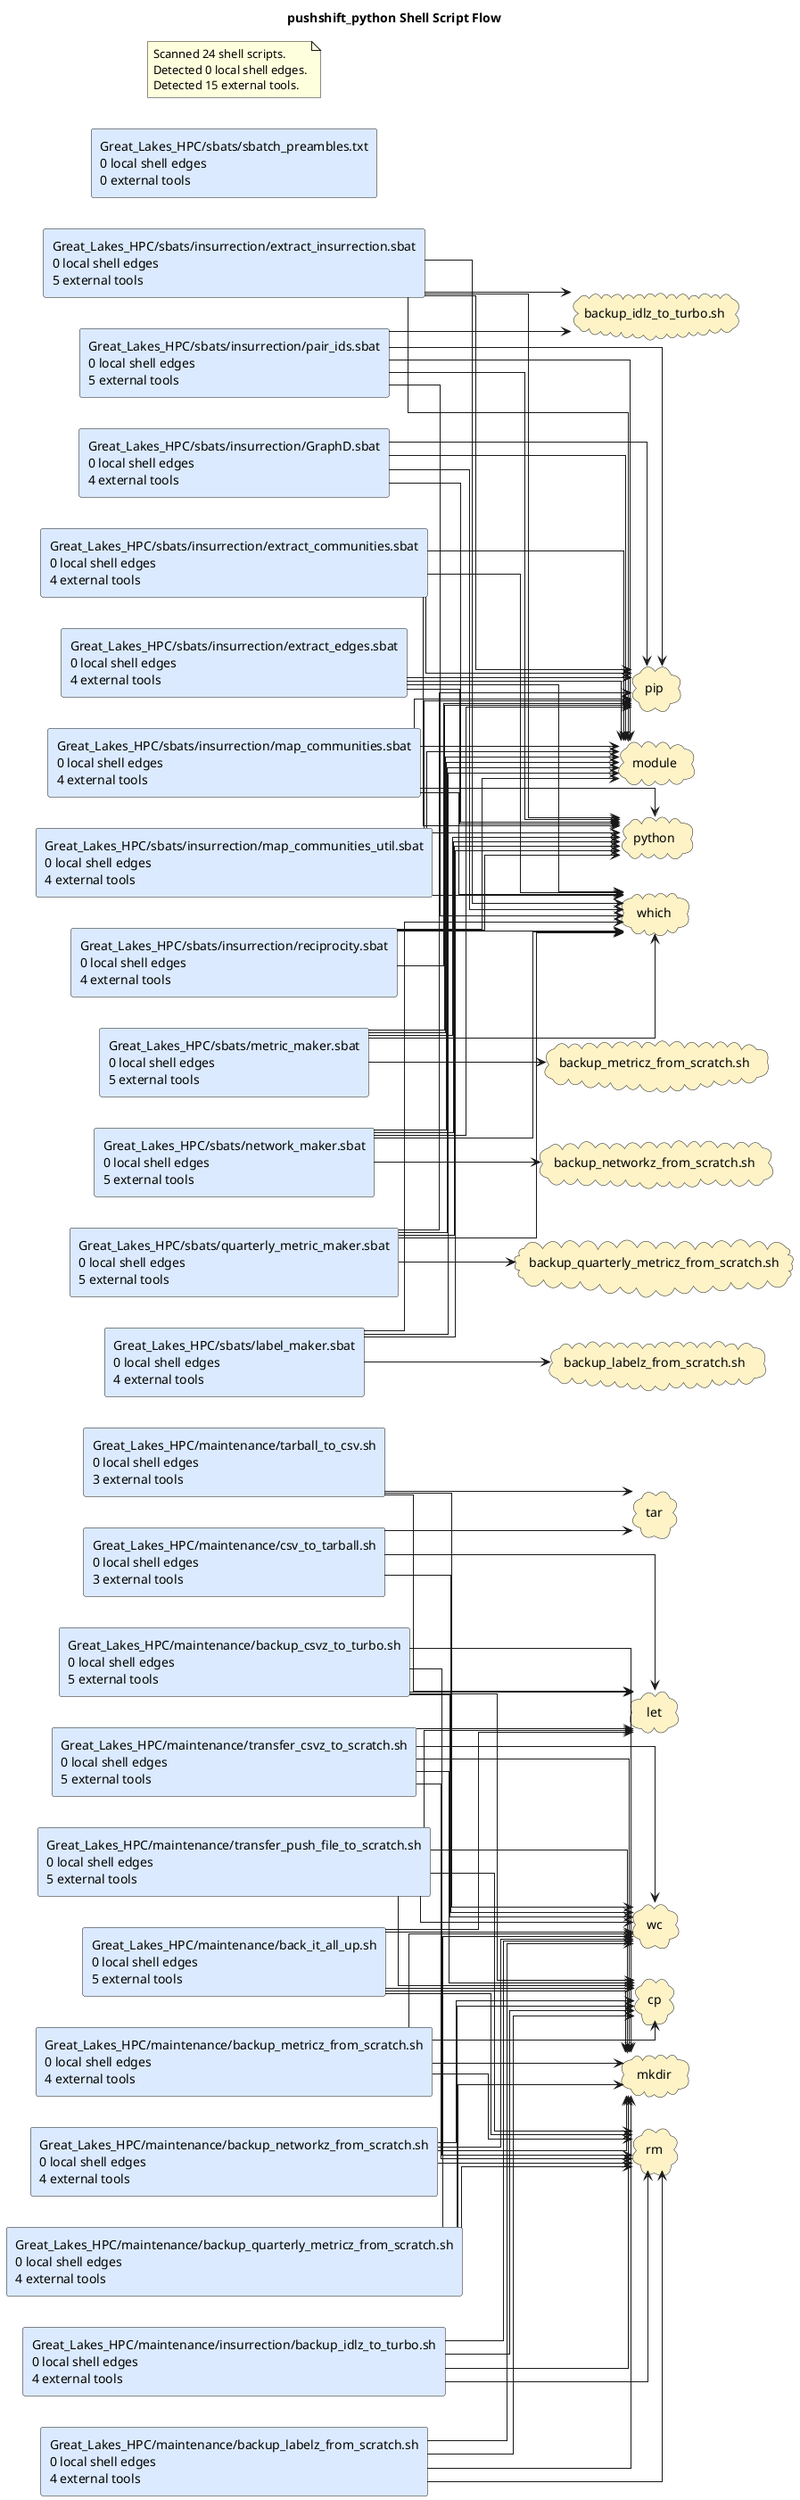
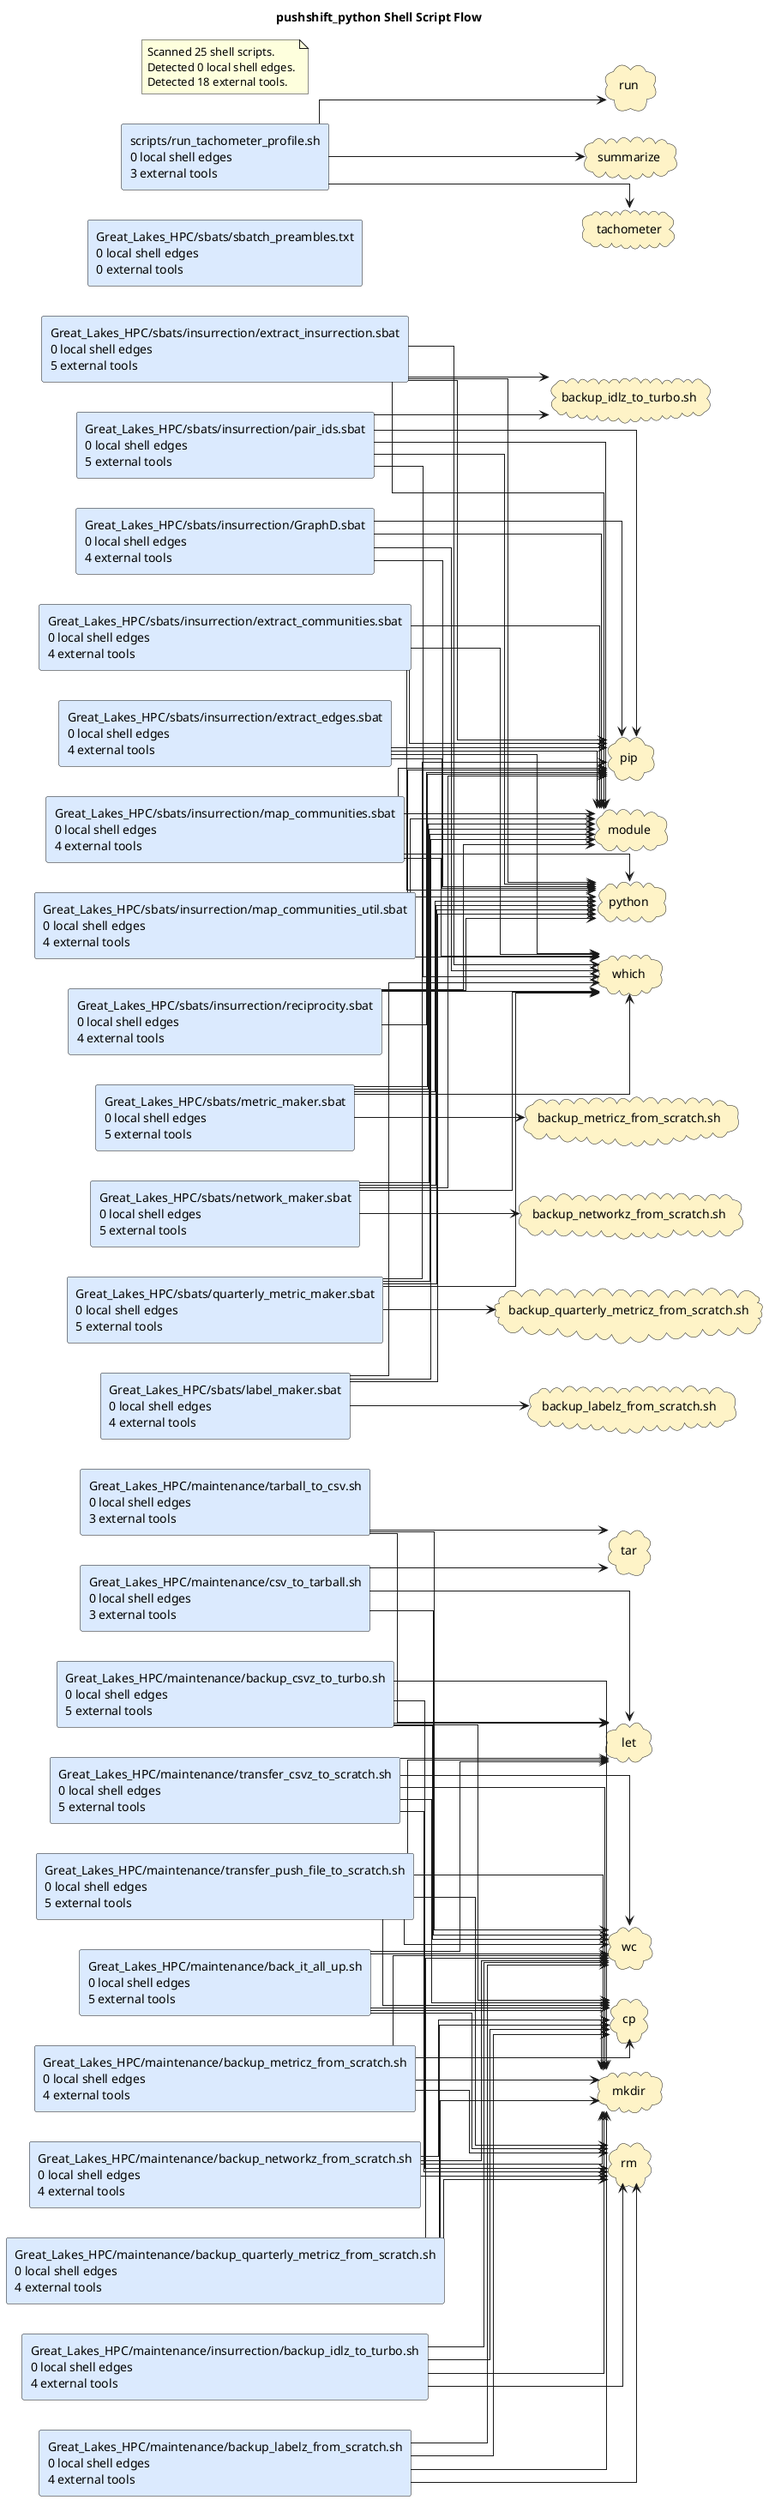
@startuml
title pushshift_python Shell Script Flow
left to right direction
skinparam shadowing false
skinparam defaultFontName Monospace
skinparam componentStyle rectangle
skinparam linetype ortho
rectangle "Great_Lakes_HPC/maintenance/back_it_all_up.sh\n0 local shell edges\n5 external tools" as shell_great_lakes_hpc_maintenance_back_it_all_up_sh #DBEAFE
rectangle "Great_Lakes_HPC/maintenance/backup_csvz_to_turbo.sh\n0 local shell edges\n5 external tools" as shell_great_lakes_hpc_maintenance_backup_csvz_to_turbo_sh #DBEAFE
rectangle "Great_Lakes_HPC/maintenance/backup_labelz_from_scratch.sh\n0 local shell edges\n4 external tools" as shell_great_lakes_hpc_maintenance_backup_labelz_from_scratch_sh #DBEAFE
rectangle "Great_Lakes_HPC/maintenance/backup_metricz_from_scratch.sh\n0 local shell edges\n4 external tools" as shell_great_lakes_hpc_maintenance_backup_metricz_from_scratch_sh #DBEAFE
rectangle "Great_Lakes_HPC/maintenance/backup_networkz_from_scratch.sh\n0 local shell edges\n4 external tools" as shell_great_lakes_hpc_maintenance_backup_networkz_from_scratch_sh #DBEAFE
rectangle "Great_Lakes_HPC/maintenance/backup_quarterly_metricz_from_scratch.sh\n0 local shell edges\n4 external tools" as shell_great_lakes_hpc_maintenance_backup_quarterly_metricz_from_scratch_sh #DBEAFE
rectangle "Great_Lakes_HPC/maintenance/csv_to_tarball.sh\n0 local shell edges\n3 external tools" as shell_great_lakes_hpc_maintenance_csv_to_tarball_sh #DBEAFE
rectangle "Great_Lakes_HPC/maintenance/insurrection/backup_idlz_to_turbo.sh\n0 local shell edges\n4 external tools" as shell_great_lakes_hpc_maintenance_insurrection_backup_idlz_to_turbo_sh #DBEAFE
rectangle "Great_Lakes_HPC/maintenance/tarball_to_csv.sh\n0 local shell edges\n3 external tools" as shell_great_lakes_hpc_maintenance_tarball_to_csv_sh #DBEAFE
rectangle "Great_Lakes_HPC/maintenance/transfer_csvz_to_scratch.sh\n0 local shell edges\n5 external tools" as shell_great_lakes_hpc_maintenance_transfer_csvz_to_scratch_sh #DBEAFE
rectangle "Great_Lakes_HPC/maintenance/transfer_push_file_to_scratch.sh\n0 local shell edges\n5 external tools" as shell_great_lakes_hpc_maintenance_transfer_push_file_to_scratch_sh #DBEAFE
rectangle "Great_Lakes_HPC/sbats/insurrection/GraphD.sbat\n0 local shell edges\n4 external tools" as shell_great_lakes_hpc_sbats_insurrection_graphd_sbat #DBEAFE
rectangle "Great_Lakes_HPC/sbats/insurrection/extract_communities.sbat\n0 local shell edges\n4 external tools" as shell_great_lakes_hpc_sbats_insurrection_extract_communities_sbat #DBEAFE
rectangle "Great_Lakes_HPC/sbats/insurrection/extract_edges.sbat\n0 local shell edges\n4 external tools" as shell_great_lakes_hpc_sbats_insurrection_extract_edges_sbat #DBEAFE
rectangle "Great_Lakes_HPC/sbats/insurrection/extract_insurrection.sbat\n0 local shell edges\n5 external tools" as shell_great_lakes_hpc_sbats_insurrection_extract_insurrection_sbat #DBEAFE
rectangle "Great_Lakes_HPC/sbats/insurrection/map_communities.sbat\n0 local shell edges\n4 external tools" as shell_great_lakes_hpc_sbats_insurrection_map_communities_sbat #DBEAFE
rectangle "Great_Lakes_HPC/sbats/insurrection/map_communities_util.sbat\n0 local shell edges\n4 external tools" as shell_great_lakes_hpc_sbats_insurrection_map_communities_util_sbat #DBEAFE
rectangle "Great_Lakes_HPC/sbats/insurrection/pair_ids.sbat\n0 local shell edges\n5 external tools" as shell_great_lakes_hpc_sbats_insurrection_pair_ids_sbat #DBEAFE
rectangle "Great_Lakes_HPC/sbats/insurrection/reciprocity.sbat\n0 local shell edges\n4 external tools" as shell_great_lakes_hpc_sbats_insurrection_reciprocity_sbat #DBEAFE
rectangle "Great_Lakes_HPC/sbats/label_maker.sbat\n0 local shell edges\n4 external tools" as shell_great_lakes_hpc_sbats_label_maker_sbat #DBEAFE
rectangle "Great_Lakes_HPC/sbats/metric_maker.sbat\n0 local shell edges\n5 external tools" as shell_great_lakes_hpc_sbats_metric_maker_sbat #DBEAFE
rectangle "Great_Lakes_HPC/sbats/network_maker.sbat\n0 local shell edges\n5 external tools" as shell_great_lakes_hpc_sbats_network_maker_sbat #DBEAFE
rectangle "Great_Lakes_HPC/sbats/quarterly_metric_maker.sbat\n0 local shell edges\n5 external tools" as shell_great_lakes_hpc_sbats_quarterly_metric_maker_sbat #DBEAFE
rectangle "Great_Lakes_HPC/sbats/sbatch_preambles.txt\n0 local shell edges\n0 external tools" as shell_great_lakes_hpc_sbats_sbatch_preambles_txt #DBEAFE
+ rectangle "scripts/run_tachometer_profile.sh\n0 local shell edges\n3 external tools" as shell_scripts_run_tachometer_profile_sh #DBEAFE
cloud "backup_idlz_to_turbo.sh" as tool_backup_idlz_to_turbo_sh #FEF3C7
cloud "backup_labelz_from_scratch.sh" as tool_backup_labelz_from_scratch_sh #FEF3C7
cloud "backup_metricz_from_scratch.sh" as tool_backup_metricz_from_scratch_sh #FEF3C7
cloud "backup_networkz_from_scratch.sh" as tool_backup_networkz_from_scratch_sh #FEF3C7
cloud "backup_quarterly_metricz_from_scratch.sh" as tool_backup_quarterly_metricz_from_scratch_sh #FEF3C7
cloud "cp" as tool_cp #FEF3C7
cloud "let" as tool_let #FEF3C7
cloud "mkdir" as tool_mkdir #FEF3C7
cloud "module" as tool_module #FEF3C7
cloud "pip" as tool_pip #FEF3C7
cloud "python" as tool_python #FEF3C7
cloud "rm" as tool_rm #FEF3C7
+ cloud "run" as tool_run #FEF3C7
+ cloud "summarize" as tool_summarize #FEF3C7
+ cloud "tachometer" as tool_tachometer #FEF3C7
cloud "tar" as tool_tar #FEF3C7
cloud "wc" as tool_wc #FEF3C7
cloud "which" as tool_which #FEF3C7
shell_great_lakes_hpc_maintenance_back_it_all_up_sh --> tool_cp
shell_great_lakes_hpc_maintenance_back_it_all_up_sh --> tool_let
shell_great_lakes_hpc_maintenance_back_it_all_up_sh --> tool_mkdir
shell_great_lakes_hpc_maintenance_back_it_all_up_sh --> tool_rm
shell_great_lakes_hpc_maintenance_back_it_all_up_sh --> tool_wc
shell_great_lakes_hpc_maintenance_backup_csvz_to_turbo_sh --> tool_cp
shell_great_lakes_hpc_maintenance_backup_csvz_to_turbo_sh --> tool_let
shell_great_lakes_hpc_maintenance_backup_csvz_to_turbo_sh --> tool_mkdir
shell_great_lakes_hpc_maintenance_backup_csvz_to_turbo_sh --> tool_rm
shell_great_lakes_hpc_maintenance_backup_csvz_to_turbo_sh --> tool_wc
shell_great_lakes_hpc_maintenance_backup_labelz_from_scratch_sh --> tool_cp
shell_great_lakes_hpc_maintenance_backup_labelz_from_scratch_sh --> tool_mkdir
shell_great_lakes_hpc_maintenance_backup_labelz_from_scratch_sh --> tool_rm
shell_great_lakes_hpc_maintenance_backup_labelz_from_scratch_sh --> tool_wc
shell_great_lakes_hpc_maintenance_backup_metricz_from_scratch_sh --> tool_cp
shell_great_lakes_hpc_maintenance_backup_metricz_from_scratch_sh --> tool_mkdir
shell_great_lakes_hpc_maintenance_backup_metricz_from_scratch_sh --> tool_rm
shell_great_lakes_hpc_maintenance_backup_metricz_from_scratch_sh --> tool_wc
shell_great_lakes_hpc_maintenance_backup_networkz_from_scratch_sh --> tool_cp
shell_great_lakes_hpc_maintenance_backup_networkz_from_scratch_sh --> tool_mkdir
shell_great_lakes_hpc_maintenance_backup_networkz_from_scratch_sh --> tool_rm
shell_great_lakes_hpc_maintenance_backup_networkz_from_scratch_sh --> tool_wc
shell_great_lakes_hpc_maintenance_backup_quarterly_metricz_from_scratch_sh --> tool_cp
shell_great_lakes_hpc_maintenance_backup_quarterly_metricz_from_scratch_sh --> tool_mkdir
shell_great_lakes_hpc_maintenance_backup_quarterly_metricz_from_scratch_sh --> tool_rm
shell_great_lakes_hpc_maintenance_backup_quarterly_metricz_from_scratch_sh --> tool_wc
shell_great_lakes_hpc_maintenance_csv_to_tarball_sh --> tool_let
shell_great_lakes_hpc_maintenance_csv_to_tarball_sh --> tool_tar
shell_great_lakes_hpc_maintenance_csv_to_tarball_sh --> tool_wc
shell_great_lakes_hpc_maintenance_insurrection_backup_idlz_to_turbo_sh --> tool_cp
shell_great_lakes_hpc_maintenance_insurrection_backup_idlz_to_turbo_sh --> tool_mkdir
shell_great_lakes_hpc_maintenance_insurrection_backup_idlz_to_turbo_sh --> tool_rm
shell_great_lakes_hpc_maintenance_insurrection_backup_idlz_to_turbo_sh --> tool_wc
shell_great_lakes_hpc_maintenance_tarball_to_csv_sh --> tool_let
shell_great_lakes_hpc_maintenance_tarball_to_csv_sh --> tool_tar
shell_great_lakes_hpc_maintenance_tarball_to_csv_sh --> tool_wc
shell_great_lakes_hpc_maintenance_transfer_csvz_to_scratch_sh --> tool_cp
shell_great_lakes_hpc_maintenance_transfer_csvz_to_scratch_sh --> tool_let
shell_great_lakes_hpc_maintenance_transfer_csvz_to_scratch_sh --> tool_mkdir
shell_great_lakes_hpc_maintenance_transfer_csvz_to_scratch_sh --> tool_rm
shell_great_lakes_hpc_maintenance_transfer_csvz_to_scratch_sh --> tool_wc
shell_great_lakes_hpc_maintenance_transfer_push_file_to_scratch_sh --> tool_cp
shell_great_lakes_hpc_maintenance_transfer_push_file_to_scratch_sh --> tool_let
shell_great_lakes_hpc_maintenance_transfer_push_file_to_scratch_sh --> tool_mkdir
shell_great_lakes_hpc_maintenance_transfer_push_file_to_scratch_sh --> tool_rm
shell_great_lakes_hpc_maintenance_transfer_push_file_to_scratch_sh --> tool_wc
shell_great_lakes_hpc_sbats_insurrection_extract_communities_sbat --> tool_module
shell_great_lakes_hpc_sbats_insurrection_extract_communities_sbat --> tool_pip
shell_great_lakes_hpc_sbats_insurrection_extract_communities_sbat --> tool_python
shell_great_lakes_hpc_sbats_insurrection_extract_communities_sbat --> tool_which
shell_great_lakes_hpc_sbats_insurrection_extract_edges_sbat --> tool_module
shell_great_lakes_hpc_sbats_insurrection_extract_edges_sbat --> tool_pip
shell_great_lakes_hpc_sbats_insurrection_extract_edges_sbat --> tool_python
shell_great_lakes_hpc_sbats_insurrection_extract_edges_sbat --> tool_which
shell_great_lakes_hpc_sbats_insurrection_extract_insurrection_sbat --> tool_backup_idlz_to_turbo_sh
shell_great_lakes_hpc_sbats_insurrection_extract_insurrection_sbat --> tool_module
shell_great_lakes_hpc_sbats_insurrection_extract_insurrection_sbat --> tool_pip
shell_great_lakes_hpc_sbats_insurrection_extract_insurrection_sbat --> tool_python
shell_great_lakes_hpc_sbats_insurrection_extract_insurrection_sbat --> tool_which
shell_great_lakes_hpc_sbats_insurrection_graphd_sbat --> tool_module
shell_great_lakes_hpc_sbats_insurrection_graphd_sbat --> tool_pip
shell_great_lakes_hpc_sbats_insurrection_graphd_sbat --> tool_python
shell_great_lakes_hpc_sbats_insurrection_graphd_sbat --> tool_which
shell_great_lakes_hpc_sbats_insurrection_map_communities_sbat --> tool_module
shell_great_lakes_hpc_sbats_insurrection_map_communities_sbat --> tool_pip
shell_great_lakes_hpc_sbats_insurrection_map_communities_sbat --> tool_python
shell_great_lakes_hpc_sbats_insurrection_map_communities_sbat --> tool_which
shell_great_lakes_hpc_sbats_insurrection_map_communities_util_sbat --> tool_module
shell_great_lakes_hpc_sbats_insurrection_map_communities_util_sbat --> tool_pip
shell_great_lakes_hpc_sbats_insurrection_map_communities_util_sbat --> tool_python
shell_great_lakes_hpc_sbats_insurrection_map_communities_util_sbat --> tool_which
shell_great_lakes_hpc_sbats_insurrection_pair_ids_sbat --> tool_backup_idlz_to_turbo_sh
shell_great_lakes_hpc_sbats_insurrection_pair_ids_sbat --> tool_module
shell_great_lakes_hpc_sbats_insurrection_pair_ids_sbat --> tool_pip
shell_great_lakes_hpc_sbats_insurrection_pair_ids_sbat --> tool_python
shell_great_lakes_hpc_sbats_insurrection_pair_ids_sbat --> tool_which
shell_great_lakes_hpc_sbats_insurrection_reciprocity_sbat --> tool_module
shell_great_lakes_hpc_sbats_insurrection_reciprocity_sbat --> tool_pip
shell_great_lakes_hpc_sbats_insurrection_reciprocity_sbat --> tool_python
shell_great_lakes_hpc_sbats_insurrection_reciprocity_sbat --> tool_which
shell_great_lakes_hpc_sbats_label_maker_sbat --> tool_backup_labelz_from_scratch_sh
shell_great_lakes_hpc_sbats_label_maker_sbat --> tool_module
shell_great_lakes_hpc_sbats_label_maker_sbat --> tool_python
shell_great_lakes_hpc_sbats_label_maker_sbat --> tool_which
shell_great_lakes_hpc_sbats_metric_maker_sbat --> tool_backup_metricz_from_scratch_sh
shell_great_lakes_hpc_sbats_metric_maker_sbat --> tool_module
shell_great_lakes_hpc_sbats_metric_maker_sbat --> tool_pip
shell_great_lakes_hpc_sbats_metric_maker_sbat --> tool_python
shell_great_lakes_hpc_sbats_metric_maker_sbat --> tool_which
shell_great_lakes_hpc_sbats_network_maker_sbat --> tool_backup_networkz_from_scratch_sh
shell_great_lakes_hpc_sbats_network_maker_sbat --> tool_module
shell_great_lakes_hpc_sbats_network_maker_sbat --> tool_pip
shell_great_lakes_hpc_sbats_network_maker_sbat --> tool_python
shell_great_lakes_hpc_sbats_network_maker_sbat --> tool_which
shell_great_lakes_hpc_sbats_quarterly_metric_maker_sbat --> tool_backup_quarterly_metricz_from_scratch_sh
shell_great_lakes_hpc_sbats_quarterly_metric_maker_sbat --> tool_module
shell_great_lakes_hpc_sbats_quarterly_metric_maker_sbat --> tool_pip
shell_great_lakes_hpc_sbats_quarterly_metric_maker_sbat --> tool_python
shell_great_lakes_hpc_sbats_quarterly_metric_maker_sbat --> tool_which
+ shell_scripts_run_tachometer_profile_sh --> tool_run
+ shell_scripts_run_tachometer_profile_sh --> tool_summarize
+ shell_scripts_run_tachometer_profile_sh --> tool_tachometer
note as shellGraphSummary
- Scanned 24 shell scripts.
+ Scanned 25 shell scripts.
Detected 0 local shell edges.
- Detected 15 external tools.
+ Detected 18 external tools.
end note
@enduml
